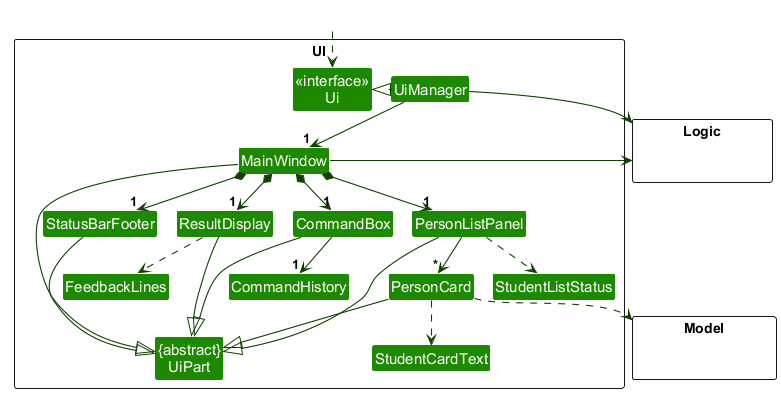
Before: docs/images/UiClassDiagram.png, a diagram exported from PlantUML (AY2627S1-CS2103T-F13-4/tp).
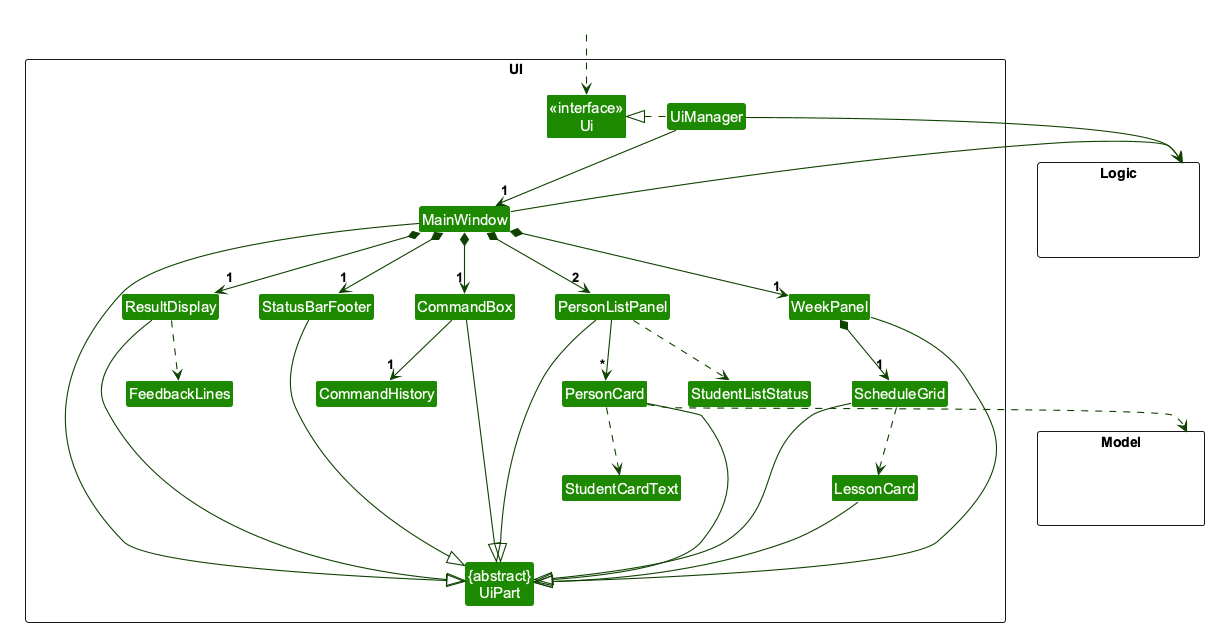
After the change.

What changed in the source:
```diff
@@ -1,9 +1,10 @@
 @startuml
-!pragma layout smetana
+skinparamlocked defaultFontName Arial
 !include style.puml
 skinparam arrowThickness 1.1
 skinparam arrowColor UI_COLOR_T4
 skinparam classBackgroundColor UI_COLOR
+skinparam nodesep 40
 
 package UI <<Rectangle>>{
 Class "<<interface>>\nUi" as Ui
@@ -19,6 +20,9 @@
 Class FeedbackLines
 Class StudentCardText
 Class StudentListStatus
+Class WeekPanel
+Class ScheduleGrid
+Class LessonCard
 }
 
 package Model <<Rectangle>> {
@@ -36,10 +40,13 @@
 UiManager -down-> "1" MainWindow
 MainWindow *-down->  "1" CommandBox
 MainWindow *-down-> "1" ResultDisplay
-MainWindow *-down-> "1" PersonListPanel
+MainWindow *-down-> "2" PersonListPanel
+MainWindow *-down-> "1" WeekPanel
 MainWindow *-down-> "1" StatusBarFooter
 
 PersonListPanel -down-> "*" PersonCard
+WeekPanel *-down-> "1" ScheduleGrid
+ScheduleGrid .down.> LessonCard
 CommandBox -down-> "1" CommandHistory
 ResultDisplay ..> FeedbackLines
 PersonCard ..> StudentCardText
@@ -52,14 +59,18 @@
 PersonListPanel --|> UiPart
 PersonCard --|> UiPart
 StatusBarFooter --|> UiPart
+WeekPanel --|> UiPart
+ScheduleGrid --|> UiPart
+LessonCard --|> UiPart
 
 PersonCard ..> Model
 UiManager -right-> Logic
-MainWindow -left-> Logic
+MainWindow -right-> Logic
 
 PersonListPanel -[hidden]left- CommandBox
 CommandBox -[hidden]left- ResultDisplay
 ResultDisplay -[hidden]left- StatusBarFooter
+WeekPanel -[hidden]left- PersonListPanel
 
 MainWindow -[hidden]-|> UiPart
 @enduml
```
